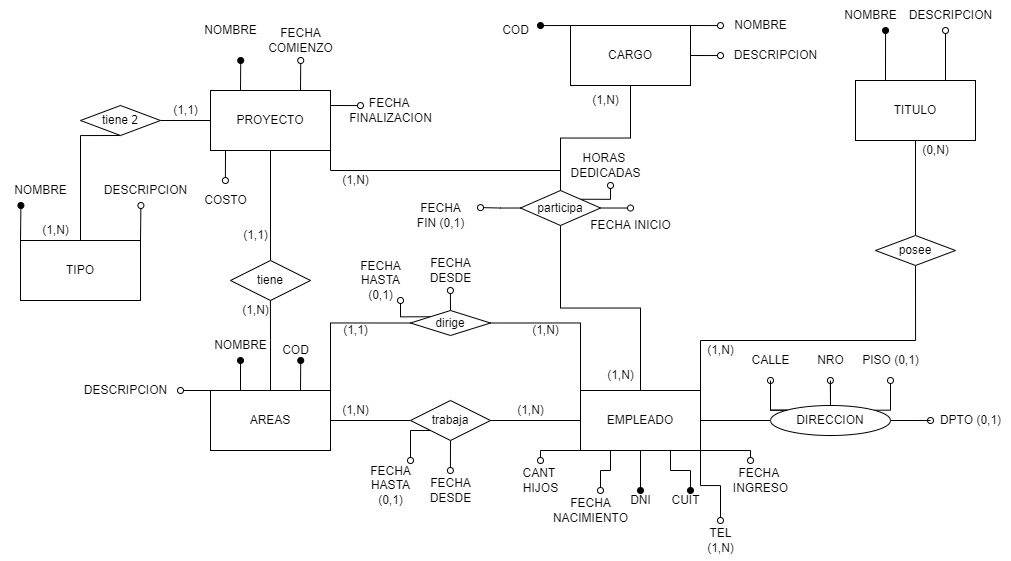
The draw.io diagram PRACTICA 2/Parte1/Ejercicio9/Ejercicio9-conceptual.png in agusrnfr/DBD, before a commit. Source tidied: cells renumbered, new cells last; positions are measured from the earlier drawing's top-left corner, leaving out a move shared by most shapes.
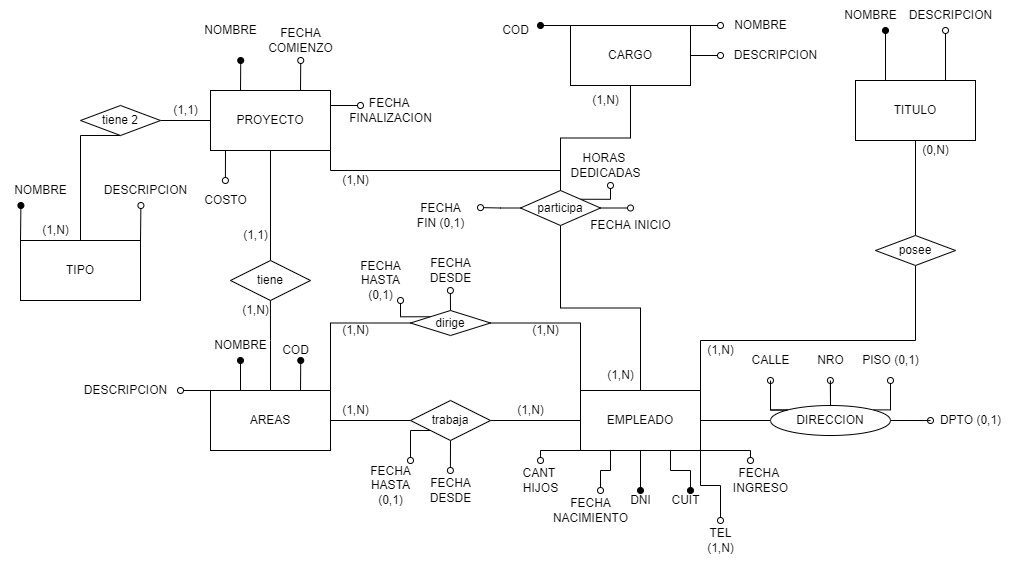
Later version of the same file.

Commit message:
ejercicio 9 y 10 fisicos

Change to the diagram source:
```diff
@@ -224,7 +224,7 @@
     <mxCell id="54" value="dirige" style="rhombus;whiteSpace=wrap;html=1;" parent="1" vertex="1">
       <mxGeometry x="410" y="310" width="80" height="25" as="geometry" />
     </mxCell>
-    <mxCell id="55" value="(1,1)" style="text;html=1;align=center;verticalAlign=middle;strokeColor=none;fillColor=none;" parent="1" vertex="1">
+    <mxCell id="55" value="(1,N)" style="text;html=1;align=center;verticalAlign=middle;strokeColor=none;fillColor=none;" parent="1" vertex="1">
       <mxGeometry x="330" y="315" width="50" height="30" as="geometry" />
     </mxCell>
     <mxCell id="56" value="(1,N)" style="text;html=1;align=center;verticalAlign=middle;strokeColor=none;fillColor=none;" parent="1" vertex="1">
```
